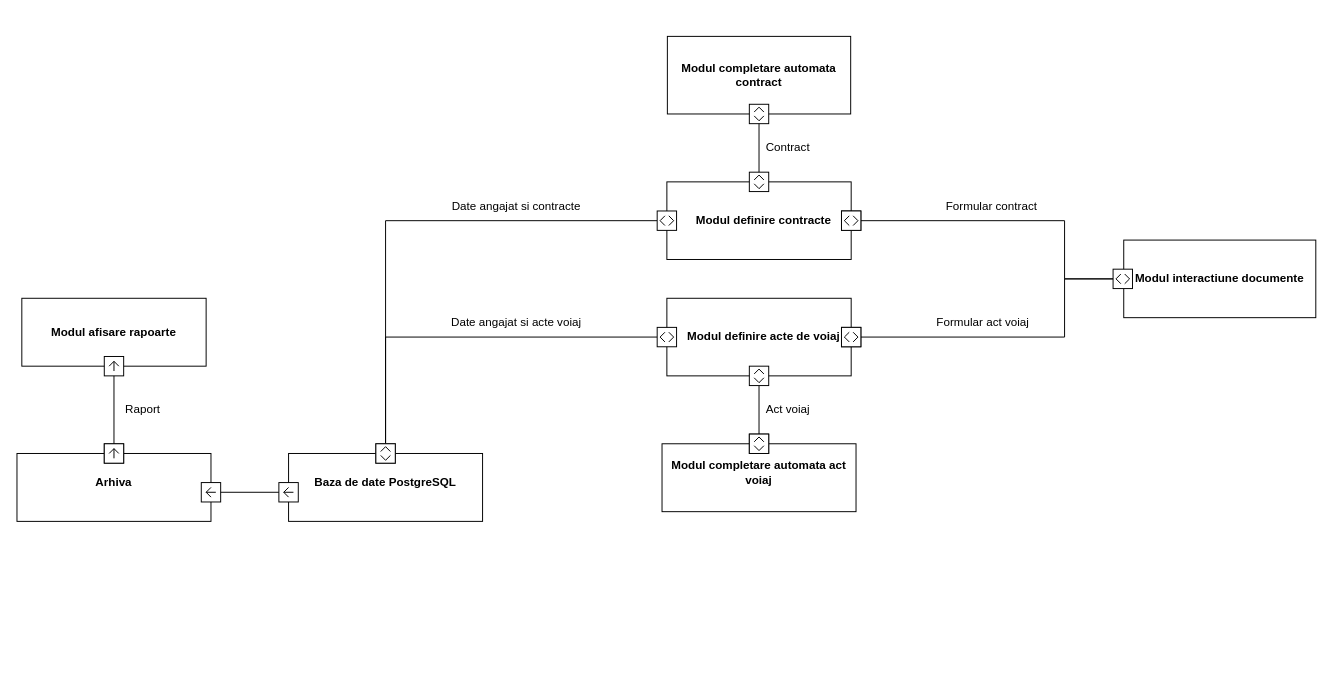
evamih/sistem-informatic-shipping keeps this draw.io diagram as arhitectura.drawio. Above is the earlier version. Source tidied: cells renumbered, new cells numbered last; positions are measured from the earlier drawing's top-left corner, leaving out a move shared by most shapes. Both pictures are drawn from the tidied source at 97%, with x=0, y=0 at pixel (16, 36).
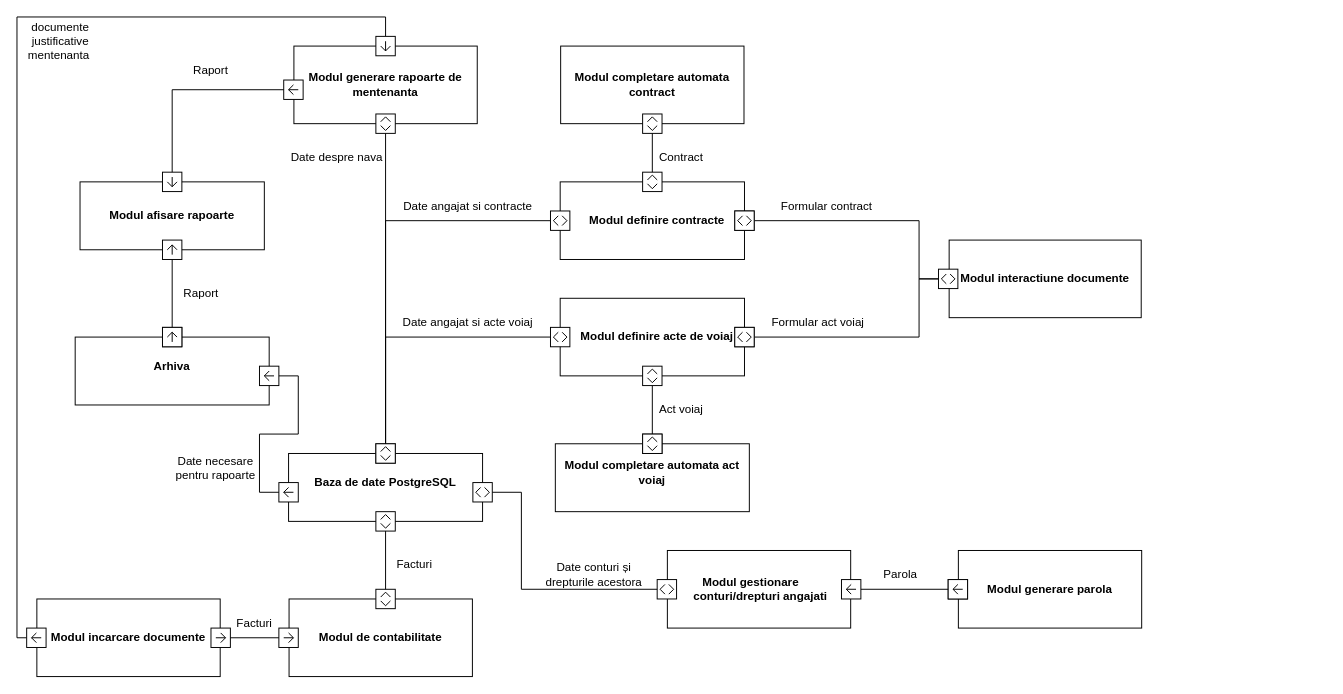
Above is the later version.

Commit message:
Update arhitectura.drawio: adaugare caz de utilizare nou

The change refers to these unchanged cells:
```xml
<mxCell id="5" style="html=1;shape=mxgraph.sysml.port;sysMLPortType=doubleH;" parent="3" vertex="1">
  <mxGeometry y="30" width="20" height="20" as="geometry" />
</mxCell>
<mxCell id="20" value="Modul definire contracte" style="html=1;shape=mxgraph.sysml.itemFlow;fontStyle=1;flowDir=e;flowType=out;whiteSpace=wrap;align=center;" parent="19" vertex="1">
  <mxGeometry width="200" height="80" as="geometry" />
</mxCell>
<mxCell id="32" style="html=1;shape=mxgraph.sysml.port;sysMLPortType=doubleH;" parent="30" vertex="1">
  <mxGeometry x="180" y="30" width="20" height="20" as="geometry" />
</mxCell>
<mxCell id="41" style="html=1;shape=mxgraph.sysml.port;sysMLPortType=doubleH;rotation=90;" parent="39" vertex="1">
  <mxGeometry x="90" width="20" height="20" as="geometry" />
</mxCell>
```

Diff of the diagram source:
```diff
@@
     <mxCell id="2" value="Arhiva" style="html=1;shape=mxgraph.sysml.itemFlow;fontStyle=1;flowDir=n;flowType=in;whiteSpace=wrap;align=center;" parent="1" vertex="1">
-      <mxGeometry y="420" width="200" height="80" as="geometry" />
+      <mxGeometry x="60" y="300" width="200" height="80" as="geometry" />
     </mxCell>
     <mxCell id="3" style="group;" parent="1" vertex="1">
-      <mxGeometry x="1130" y="210" width="220" height="80" as="geometry" />
+      <mxGeometry x="950" y="210" width="220" height="80" as="geometry" />
     </mxCell>
@@
     <mxCell id="6" style="edgeStyle=orthogonalEdgeStyle;rounded=0;jettySize=auto;html=1;exitX=0;exitY=0.5;exitDx=0;exitDy=0;exitPerimeter=0;entryX=1;entryY=0.5;entryDx=0;entryDy=0;endArrow=none;endFill=0;" parent="1" edge="1" source="5" target="20">
       <mxGeometry relative="1" as="geometry">
         <Array as="points">
-          <mxPoint x="1080" y="250" />
-          <mxPoint x="1080" y="190" />
+          <mxPoint x="930" y="250" />
+          <mxPoint x="930" y="190" />
         </Array>
       </mxGeometry>
     </mxCell>
     <mxCell id="7" value="Formular contract" style="text;html=1;whiteSpace=wrap;strokeColor=none;fillColor=none;align=center;verticalAlign=middle;rounded=0;" parent="1" vertex="1">
-      <mxGeometry x="940" y="160" width="130" height="30" as="geometry" />
+      <mxGeometry x="770" y="160" width="130" height="30" as="geometry" />
     </mxCell>
     <mxCell id="8" style="edgeStyle=orthogonalEdgeStyle;rounded=0;jettySize=auto;html=1;exitX=1;exitY=0.5;exitDx=0;exitDy=0;exitPerimeter=0;entryX=0;entryY=0.5;entryDx=0;entryDy=0;entryPerimeter=0;endArrow=none;endFill=0;" parent="1" edge="1" source="32" target="5">
       <mxGeometry relative="1" as="geometry">
         <Array as="points">
-          <mxPoint x="1080" y="310" />
-          <mxPoint x="1080" y="250" />
+          <mxPoint x="930" y="310" />
+          <mxPoint x="930" y="250" />
         </Array>
       </mxGeometry>
     </mxCell>
     <mxCell id="9" value="Formular act voiaj" style="text;html=1;whiteSpace=wrap;strokeColor=none;fillColor=none;align=center;verticalAlign=middle;rounded=0;" parent="1" vertex="1">
-      <mxGeometry x="941" y="280" width="110" height="30" as="geometry" />
+      <mxGeometry x="771" y="280" width="110" height="30" as="geometry" />
     </mxCell>
@@
     <mxCell id="11" value="Date angajat si contracte" style="text;html=1;whiteSpace=wrap;strokeColor=none;fillColor=none;align=center;verticalAlign=middle;rounded=0;" parent="1" vertex="1">
-      <mxGeometry x="440" y="160" width="150" height="30" as="geometry" />
+      <mxGeometry x="390" y="160" width="150" height="30" as="geometry" />
     </mxCell>
     <mxCell id="12" value="Date angajat si acte voiaj" style="text;html=1;whiteSpace=wrap;strokeColor=none;fillColor=none;align=center;verticalAlign=middle;rounded=0;" parent="1" vertex="1">
-      <mxGeometry x="440" y="280" width="150" height="30" as="geometry" />
+      <mxGeometry x="390" y="280" width="150" height="30" as="geometry" />
     </mxCell>
@@
     <mxCell id="14" style="group;" parent="1" vertex="1">
-      <mxGeometry x="660" width="210" height="90" as="geometry" />
+      <mxGeometry x="550" y="10" width="210" height="90" as="geometry" />
     </mxCell>
@@
     <mxCell id="17" style="group;" parent="1" vertex="1">
-      <mxGeometry x="660" y="140" width="210" height="90" as="geometry" />
+      <mxGeometry x="550" y="140" width="210" height="90" as="geometry" />
     </mxCell>
@@
     <mxCell id="25" value="Contract" style="text;html=1;whiteSpace=wrap;strokeColor=none;fillColor=none;align=center;verticalAlign=middle;rounded=0;" parent="1" vertex="1">
-      <mxGeometry x="765" y="100" width="60" height="30" as="geometry" />
+      <mxGeometry x="655" y="110" width="60" height="30" as="geometry" />
     </mxCell>
@@
     <mxCell id="27" value="Act voiaj" style="text;html=1;whiteSpace=wrap;strokeColor=none;fillColor=none;align=center;verticalAlign=middle;rounded=0;" parent="1" vertex="1">
-      <mxGeometry x="765" y="370" width="60" height="30" as="geometry" />
+      <mxGeometry x="655" y="370" width="60" height="30" as="geometry" />
     </mxCell>
     <mxCell id="28" style="group;" parent="1" vertex="1">
-      <mxGeometry x="660" y="270" width="210" height="90" as="geometry" />
+      <mxGeometry x="550" y="270" width="210" height="90" as="geometry" />
     </mxCell>
@@
     <mxCell id="35" style="group;" parent="1" vertex="1">
-      <mxGeometry x="665" y="410" width="200" height="80" as="geometry" />
+      <mxGeometry x="555" y="410" width="200" height="80" as="geometry" />
     </mxCell>
@@
     <mxCell id="38" style="group;" parent="1" vertex="1">
-      <mxGeometry x="270" y="420" width="210" height="80" as="geometry" />
+      <mxGeometry x="270" y="420" width="220" height="80" as="geometry" />
     </mxCell>
     <mxCell id="39" style="group;" parent="38" vertex="1">
-      <mxGeometry x="10" width="200" height="80" as="geometry" />
+      <mxGeometry x="10" width="210" height="80" as="geometry" />
     </mxCell>
@@
+    <mxCell id="50" style="html=1;shape=mxgraph.sysml.port;sysMLPortType=doubleH;rotation=0;" parent="39" vertex="1">
+      <mxGeometry x="190" y="40" width="20" height="20" as="geometry" />
+    </mxCell>
@@
     <mxCell id="43" style="html=1;shape=mxgraph.sysml.port;sysMLPortType=flowN;rotation=-90;" parent="1" vertex="1">
-      <mxGeometry x="190" y="460" width="20" height="20" as="geometry" />
+      <mxGeometry x="250" y="340" width="20" height="20" as="geometry" />
     </mxCell>
@@
     <mxCell id="45" value="&lt;b&gt;Modul afisare rapoarte&lt;/b&gt;" style="rounded=0;whiteSpace=wrap;html=1;" parent="1" vertex="1">
-      <mxGeometry x="5" y="270" width="190" height="70" as="geometry" />
+      <mxGeometry x="65" y="150" width="190" height="70" as="geometry" />
     </mxCell>
     <mxCell id="46" style="html=1;shape=mxgraph.sysml.port;sysMLPortType=flowN;" parent="1" vertex="1">
-      <mxGeometry x="90" y="420" width="20" height="20" as="geometry" />
+      <mxGeometry x="150" y="300" width="20" height="20" as="geometry" />
     </mxCell>
     <mxCell id="47" style="html=1;shape=mxgraph.sysml.port;sysMLPortType=flowN;" parent="1" vertex="1">
-      <mxGeometry x="90" y="330" width="20" height="20" as="geometry" />
+      <mxGeometry x="150" y="210" width="20" height="20" as="geometry" />
     </mxCell>
@@
     <mxCell id="49" value="Raport" style="text;html=1;whiteSpace=wrap;strokeColor=none;fillColor=none;align=center;verticalAlign=middle;rounded=0;" parent="1" vertex="1">
-      <mxGeometry x="100" y="370" width="60" height="30" as="geometry" />
+      <mxGeometry x="160" y="250" width="60" height="30" as="geometry" />
     </mxCell>
+    <mxCell id="51" style="group;" parent="1" vertex="1">
+      <mxGeometry x="660" y="530" width="210" height="90" as="geometry" />
+    </mxCell>
+    <mxCell id="52" value="Modul gestionare&amp;nbsp; &amp;nbsp; &amp;nbsp; &amp;nbsp;conturi/drepturi angajati" style="html=1;shape=mxgraph.sysml.port1;fontStyle=1;whiteSpace=wrap;align=center;" parent="51" vertex="1">
+      <mxGeometry width="210" height="80" as="geometry" />
+    </mxCell>
+    <mxCell id="53" style="html=1;shape=mxgraph.sysml.port;sysMLPortType=doubleH;rotation=0;" parent="51" vertex="1">
+      <mxGeometry y="30" width="20" height="20" as="geometry" />
+    </mxCell>
+    <mxCell id="54" style="html=1;shape=mxgraph.sysml.port;sysMLPortType=flowN;rotation=-90;" parent="51" vertex="1">
+      <mxGeometry x="190" y="30" width="20" height="20" as="geometry" />
+    </mxCell>
+    <mxCell id="55" style="edgeStyle=orthogonalEdgeStyle;rounded=0;jettySize=auto;html=1;exitX=1;exitY=0.5;exitDx=0;exitDy=0;exitPerimeter=0;entryX=0;entryY=0.5;entryDx=0;entryDy=0;entryPerimeter=0;endArrow=none;endFill=0;" parent="1" edge="1" source="50" target="53">
+      <mxGeometry relative="1" as="geometry">
+        <Array as="points">
+          <mxPoint x="520" y="470" />
+          <mxPoint x="520" y="570" />
+        </Array>
+      </mxGeometry>
+    </mxCell>
+    <mxCell id="56" value="Date conturi și drepturile acestora" style="text;html=1;whiteSpace=wrap;strokeColor=none;fillColor=none;align=center;verticalAlign=middle;rounded=0;" parent="1" vertex="1">
+      <mxGeometry x="540" y="540" width="110" height="30" as="geometry" />
+    </mxCell>
+    <mxCell id="57" style="group;" parent="1" vertex="1">
+      <mxGeometry x="960" y="530" width="210" height="90" as="geometry" />
+    </mxCell>
+    <mxCell id="58" value="Modul generare parola" style="html=1;shape=mxgraph.sysml.port1;fontStyle=1;whiteSpace=wrap;align=center;" parent="57" vertex="1">
+      <mxGeometry width="210" height="80" as="geometry" />
+    </mxCell>
+    <mxCell id="59" style="html=1;shape=mxgraph.sysml.port;sysMLPortType=doubleH;rotation=0;" parent="57" vertex="1">
+      <mxGeometry y="30" width="20" height="20" as="geometry" />
+    </mxCell>
+    <mxCell id="60" style="html=1;shape=mxgraph.sysml.port;sysMLPortType=flowN;rotation=-90;" parent="57" vertex="1">
+      <mxGeometry y="30" width="20" height="20" as="geometry" />
+    </mxCell>
+    <mxCell id="61" style="edgeStyle=orthogonalEdgeStyle;rounded=0;jettySize=auto;html=1;entryX=0.5;entryY=1;entryDx=0;entryDy=0;entryPerimeter=0;endArrow=none;endFill=0;" parent="1" edge="1" source="60" target="54">
+      <mxGeometry relative="1" as="geometry" />
+    </mxCell>
+    <mxCell id="62" style="group;" parent="1" vertex="1">
+      <mxGeometry x="275" y="10" width="210" height="90" as="geometry" />
+    </mxCell>
+    <mxCell id="63" value="Modul generare rapoarte de mentenanta" style="html=1;shape=mxgraph.sysml.port1;fontStyle=1;whiteSpace=wrap;align=center;" parent="62" vertex="1">
+      <mxGeometry width="210" height="80" as="geometry" />
+    </mxCell>
+    <mxCell id="64" style="html=1;shape=mxgraph.sysml.port;sysMLPortType=doubleH;rotation=90;" parent="62" vertex="1">
+      <mxGeometry x="95" y="70" width="20" height="20" as="geometry" />
+    </mxCell>
+    <mxCell id="65" style="html=1;shape=mxgraph.sysml.port;sysMLPortType=flowN;rotation=-90;" parent="62" vertex="1">
+      <mxGeometry y="35" width="20" height="20" as="geometry" />
+    </mxCell>
+    <mxCell id="66" style="edgeStyle=orthogonalEdgeStyle;rounded=0;jettySize=auto;html=1;exitX=0;exitY=0.5;exitDx=0;exitDy=0;exitPerimeter=0;entryX=1;entryY=0.5;entryDx=0;entryDy=0;entryPerimeter=0;endArrow=none;endFill=0;" parent="1" edge="1" source="41" target="64">
+      <mxGeometry relative="1" as="geometry" />
+    </mxCell>
+    <mxCell id="67" value="Date despre nava" style="text;html=1;whiteSpace=wrap;strokeColor=none;fillColor=none;align=center;verticalAlign=middle;rounded=0;" parent="1" vertex="1">
+      <mxGeometry x="280" y="110" width="100" height="30" as="geometry" />
+    </mxCell>
+    <mxCell id="68" style="html=1;shape=mxgraph.sysml.port;sysMLPortType=flowN;rotation=-180;" parent="1" vertex="1">
+      <mxGeometry x="150" y="140" width="20" height="20" as="geometry" />
+    </mxCell>
+    <mxCell id="69" style="edgeStyle=orthogonalEdgeStyle;rounded=0;jettySize=auto;html=1;exitX=0.5;exitY=0;exitDx=0;exitDy=0;exitPerimeter=0;entryX=0.5;entryY=1;entryDx=0;entryDy=0;entryPerimeter=0;endArrow=none;endFill=0;" parent="1" edge="1" source="65" target="68">
+      <mxGeometry relative="1" as="geometry" />
+    </mxCell>
+    <mxCell id="70" value="Raport" style="text;html=1;whiteSpace=wrap;strokeColor=none;fillColor=none;align=center;verticalAlign=middle;rounded=0;" parent="1" vertex="1">
+      <mxGeometry x="170" y="20" width="60" height="30" as="geometry" />
+    </mxCell>
+    <mxCell id="71" style="edgeStyle=orthogonalEdgeStyle;rounded=0;jettySize=auto;html=1;entryX=1;entryY=0.5;entryDx=0;entryDy=0;entryPerimeter=0;endArrow=none;endFill=0;exitX=0.5;exitY=0;exitDx=0;exitDy=0;exitPerimeter=0;" parent="1" edge="1" source="78">
+      <mxGeometry relative="1" as="geometry">
+        <mxPoint x="380" as="targetPoint" />
+        <Array as="points">
+          <mxPoint y="620" />
+          <mxPoint y="-20" />
+          <mxPoint x="380" y="-20" />
+        </Array>
+      </mxGeometry>
+    </mxCell>
+    <mxCell id="72" value="documente justificative mentenanta&amp;nbsp;" style="text;html=1;whiteSpace=wrap;strokeColor=none;fillColor=none;align=center;verticalAlign=middle;rounded=0;" parent="1" vertex="1">
+      <mxGeometry x="10" y="-10" width="70" height="30" as="geometry" />
+    </mxCell>
+    <mxCell id="73" value="Date necesare pentru rapoarte" style="text;html=1;whiteSpace=wrap;strokeColor=none;fillColor=none;align=center;verticalAlign=middle;rounded=0;" parent="1" vertex="1">
+      <mxGeometry x="160" y="430" width="90" height="30" as="geometry" />
+    </mxCell>
+    <mxCell id="74" value="Parola" style="text;html=1;whiteSpace=wrap;strokeColor=none;fillColor=none;align=center;verticalAlign=middle;rounded=0;" parent="1" vertex="1">
+      <mxGeometry x="881" y="540" width="60" height="30" as="geometry" />
+    </mxCell>
+    <mxCell id="75" value="Modul de contabilitate" style="html=1;shape=mxgraph.sysml.port1;fontStyle=1;whiteSpace=wrap;align=center;" parent="1" vertex="1">
+      <mxGeometry x="270" y="580" width="210" height="80" as="geometry" />
+    </mxCell>
+    <mxCell id="76" value="Modul incarcare documente" style="html=1;shape=mxgraph.sysml.port1;fontStyle=1;whiteSpace=wrap;align=center;" parent="1" vertex="1">
+      <mxGeometry x="10" y="580" width="210" height="80" as="geometry" />
+    </mxCell>
+    <mxCell id="77" style="html=1;shape=mxgraph.sysml.port;sysMLPortType=flowN;rotation=-180;" parent="1" vertex="1">
+      <mxGeometry x="370" width="20" height="20" as="geometry" />
+    </mxCell>
+    <mxCell id="78" style="html=1;shape=mxgraph.sysml.port;sysMLPortType=flowN;rotation=-90;" parent="1" vertex="1">
+      <mxGeometry x="10" y="610" width="20" height="20" as="geometry" />
+    </mxCell>
+    <mxCell id="79" style="html=1;shape=mxgraph.sysml.port;sysMLPortType=flowN;rotation=90;" parent="1" vertex="1">
+      <mxGeometry x="200" y="610" width="20" height="20" as="geometry" />
+    </mxCell>
+    <mxCell id="80" style="html=1;shape=mxgraph.sysml.port;sysMLPortType=flowN;rotation=90;" parent="1" vertex="1">
+      <mxGeometry x="270" y="610" width="20" height="20" as="geometry" />
+    </mxCell>
+    <mxCell id="81" style="edgeStyle=orthogonalEdgeStyle;rounded=0;jettySize=auto;html=1;exitX=0.5;exitY=0;exitDx=0;exitDy=0;exitPerimeter=0;entryX=0.5;entryY=1;entryDx=0;entryDy=0;entryPerimeter=0;endArrow=none;endFill=0;" parent="1" edge="1" source="79" target="80">
+      <mxGeometry relative="1" as="geometry" />
+    </mxCell>
+    <mxCell id="82" value="Facturi" style="text;html=1;whiteSpace=wrap;strokeColor=none;fillColor=none;align=center;verticalAlign=middle;rounded=0;" parent="1" vertex="1">
+      <mxGeometry x="215" y="590" width="60" height="30" as="geometry" />
+    </mxCell>
+    <mxCell id="83" style="html=1;shape=mxgraph.sysml.port;sysMLPortType=doubleH;rotation=90;" parent="1" vertex="1">
+      <mxGeometry x="370" y="490" width="20" height="20" as="geometry" />
+    </mxCell>
+    <mxCell id="84" style="html=1;shape=mxgraph.sysml.port;sysMLPortType=doubleH;rotation=90;" parent="1" vertex="1">
+      <mxGeometry x="370" y="570" width="20" height="20" as="geometry" />
+    </mxCell>
+    <mxCell id="85" style="edgeStyle=orthogonalEdgeStyle;rounded=0;jettySize=auto;html=1;exitX=0;exitY=0.5;exitDx=0;exitDy=0;exitPerimeter=0;entryX=1;entryY=0.5;entryDx=0;entryDy=0;entryPerimeter=0;endArrow=none;endFill=0;" parent="1" edge="1" source="84" target="83">
+      <mxGeometry relative="1" as="geometry" />
+    </mxCell>
+    <mxCell id="86" value="Facturi" style="text;html=1;whiteSpace=wrap;strokeColor=none;fillColor=none;align=center;verticalAlign=middle;rounded=0;" parent="1" vertex="1">
+      <mxGeometry x="380" y="530" width="60" height="30" as="geometry" />
+    </mxCell>
```
